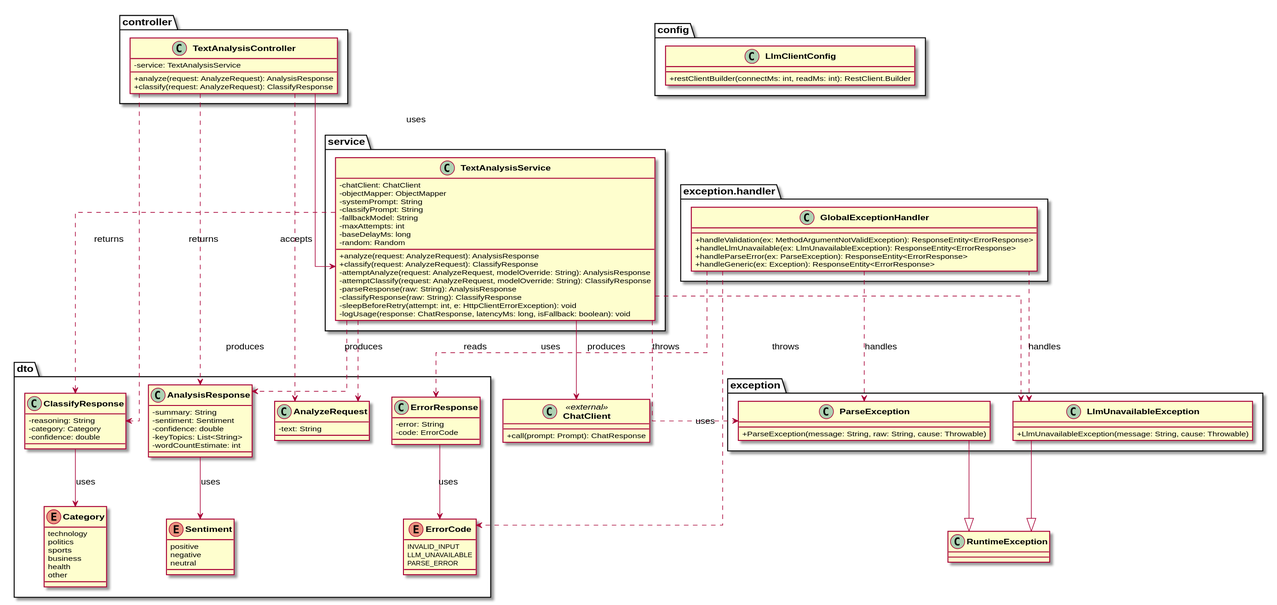
Before: diagrams/docs/class-diagram.svg, a diagram exported from PlantUML (Buffden/ai-text-intelligence-dashboard).
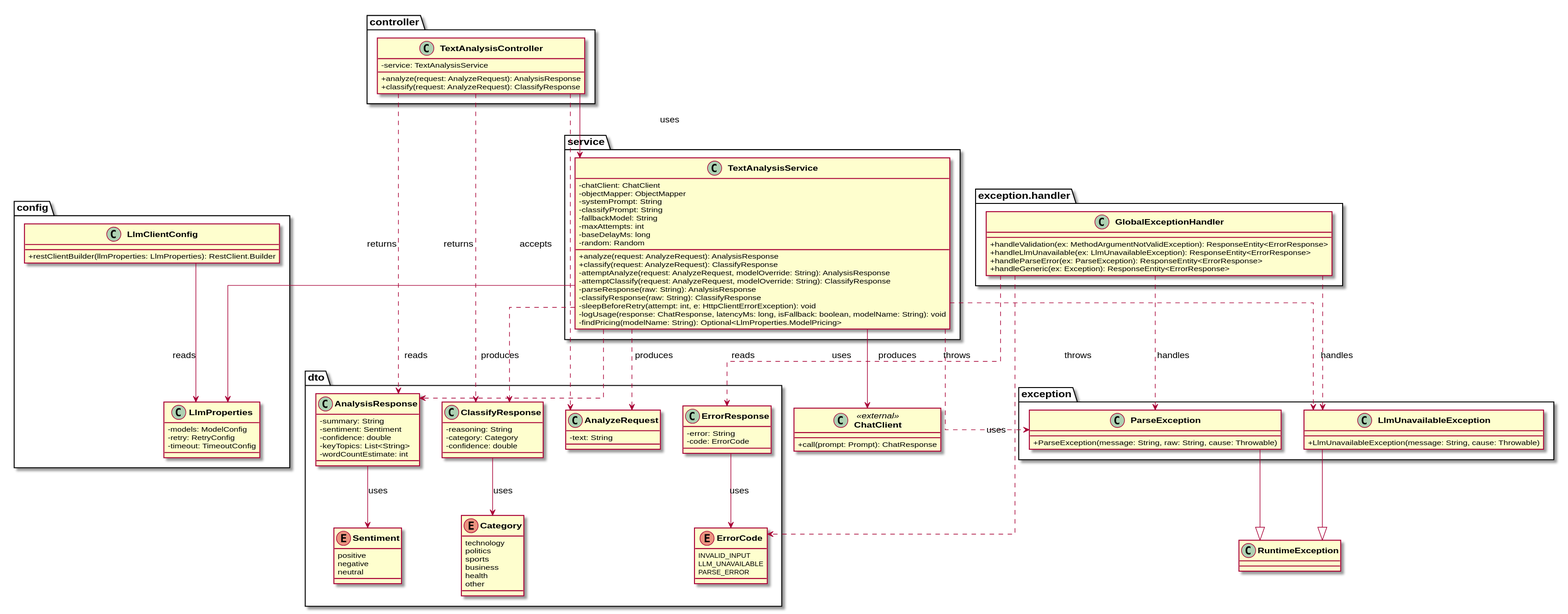
The same diagram one commit later.

Commit message:
chore: auto-export plantuml diagrams [skip ci]

Diff of the diagram source:
```diff
@@ -14,7 +14,13 @@
 
 package "config" {
   class LlmClientConfig {
-    + restClientBuilder(connectMs: int, readMs: int): RestClient.Builder
+    + restClientBuilder(llmProperties: LlmProperties): RestClient.Builder
+  }
+
+  class LlmProperties {
+    - models: ModelConfig
+    - retry: RetryConfig
+    - timeout: TimeoutConfig
   }
 }
 
@@ -35,7 +41,8 @@
     - parseResponse(raw: String): AnalysisResponse
     - classifyResponse(raw: String): ClassifyResponse
     - sleepBeforeRetry(attempt: int, e: HttpClientErrorException): void
-    - logUsage(response: ChatResponse, latencyMs: long, isFallback: boolean): void
+    - logUsage(response: ChatResponse, latencyMs: long, isFallback: boolean, modelName: String): void
+    - findPricing(modelName: String): Optional<LlmProperties.ModelPricing>
   }
 }
 
@@ -107,6 +114,8 @@
 TextAnalysisController --> TextAnalysisService : uses
 
 TextAnalysisService --> ChatClient : uses
+TextAnalysisService --> LlmProperties : reads
+LlmClientConfig --> LlmProperties : reads
 
 TextAnalysisController ..> AnalyzeRequest : accepts
 TextAnalysisController ..> AnalysisResponse : returns
```
